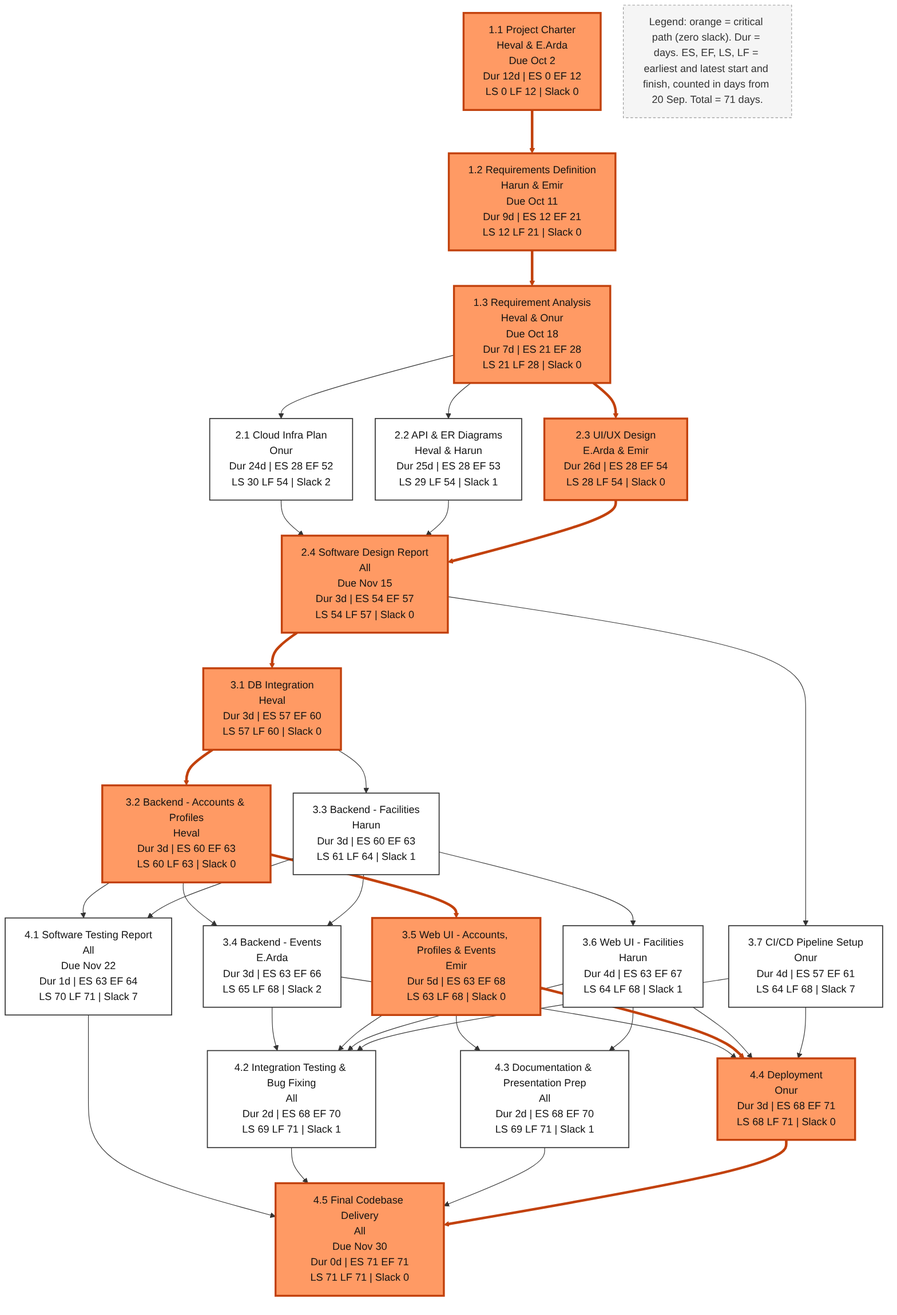
The Mermaid diagram docs/plan/pert_chart.png in emir-heval-arda-harun/CMPE-331-project, before a commit. Its source is kept beside it as docs/plan/pert_chart.mmd.
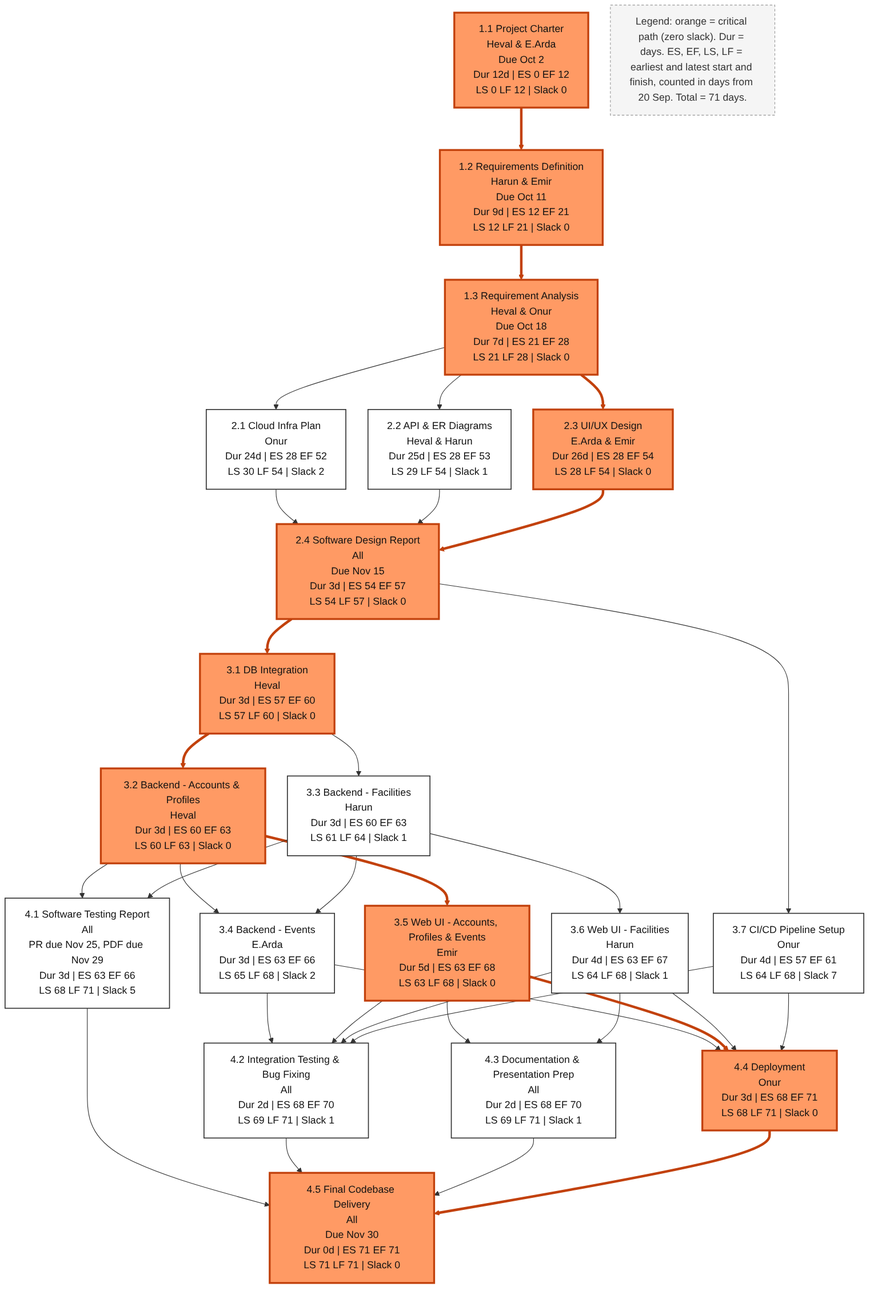
After the commit.

Commit message:
Plan: Software Testing Report moved one week later (PR 25.11, PDF 29.11)

Change to the diagram source:
```diff
@@ -14,7 +14,7 @@
     n3_5["3.5 Web UI - Accounts, Profiles & Events<br/>Emir<br/>Dur 5d | ES 63 EF 68<br/>LS 63 LF 68 | Slack 0"]
     n3_6["3.6 Web UI - Facilities<br/>Harun<br/>Dur 4d | ES 63 EF 67<br/>LS 64 LF 68 | Slack 1"]
     n3_7["3.7 CI/CD Pipeline Setup<br/>Onur<br/>Dur 4d | ES 57 EF 61<br/>LS 64 LF 68 | Slack 7"]
-    n4_1["4.1 Software Testing Report<br/>All<br/>Due Nov 22<br/>Dur 1d | ES 63 EF 64<br/>LS 70 LF 71 | Slack 7"]
+    n4_1["4.1 Software Testing Report<br/>All<br/>PR due Nov 25, PDF due Nov 29<br/>Dur 3d | ES 63 EF 66<br/>LS 68 LF 71 | Slack 5"]
     n4_2["4.2 Integration Testing & Bug Fixing<br/>All<br/>Dur 2d | ES 68 EF 70<br/>LS 69 LF 71 | Slack 1"]
     n4_3["4.3 Documentation & Presentation Prep<br/>All<br/>Dur 2d | ES 68 EF 70<br/>LS 69 LF 71 | Slack 1"]
     n4_4["4.4 Deployment<br/>Onur<br/>Dur 3d | ES 68 EF 71<br/>LS 68 LF 71 | Slack 0"]
```
